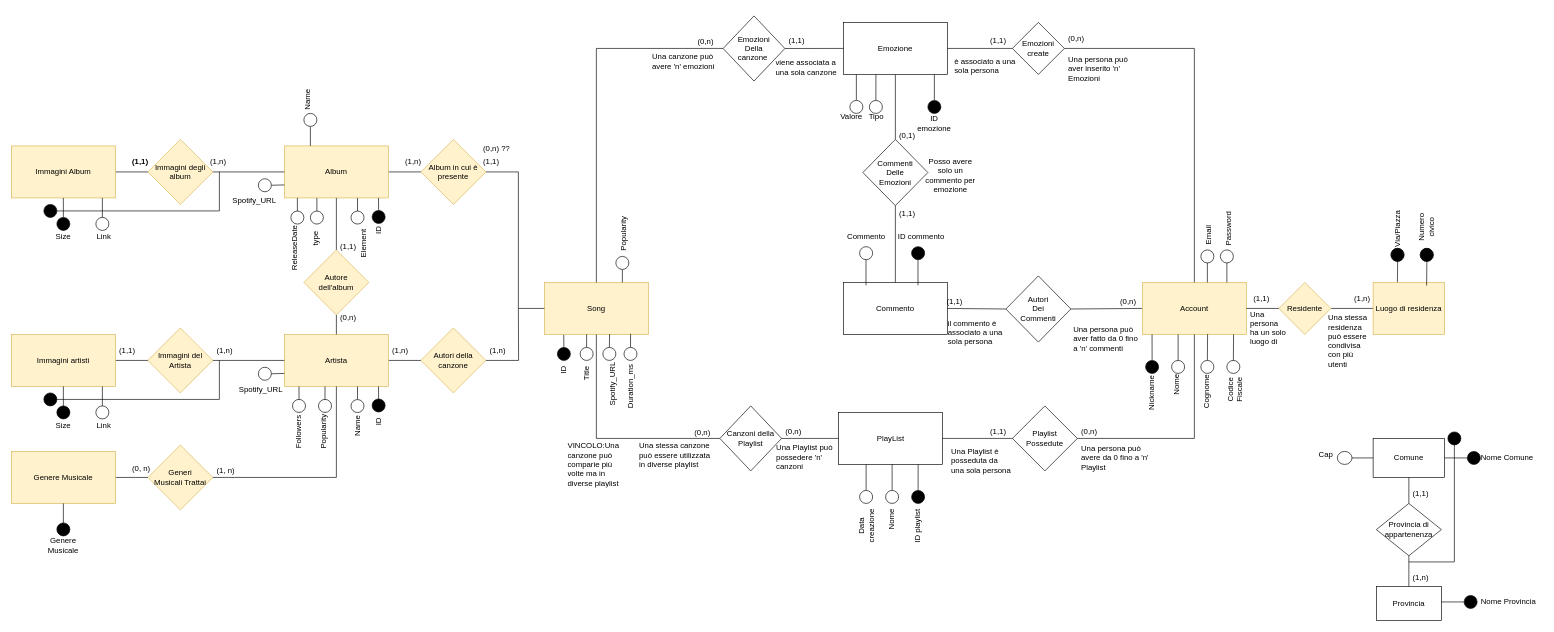
MattyMar234/EmotionalSongs2 keeps this draw.io diagram as Schemi/ER-Database.drawio. Above is the earlier version. Source tidied: cells renumbered, new cells numbered last; positions are measured from the earlier drawing's top-left corner, leaving out a move shared by most shapes. Both pictures are drawn from the tidied source at 65%, with x=0, y=0 at pixel (11, 16).
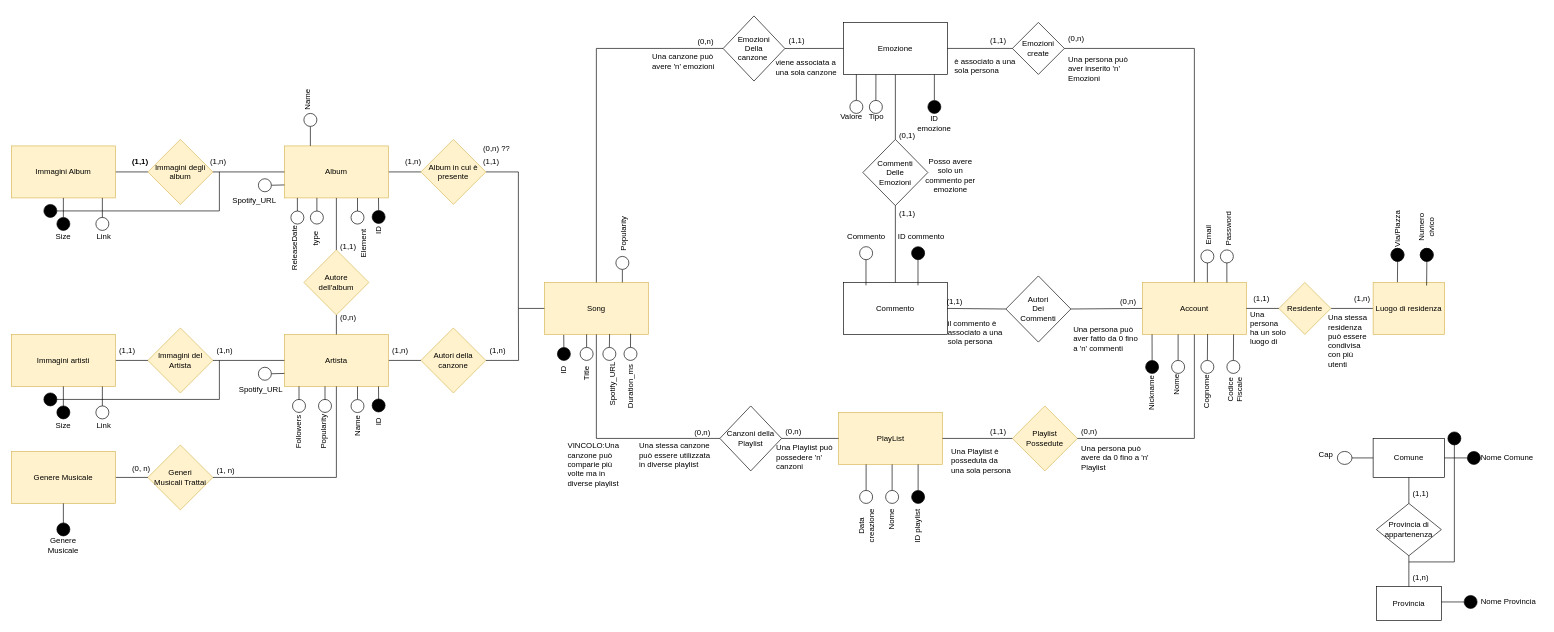
After the change.

Diff of the diagram source:
```diff
@@
-    <mxCell id="57" value="PlayList" style="rounded=0;whiteSpace=wrap;html=1;" parent="1" vertex="1">
+    <mxCell id="57" value="PlayList" style="rounded=0;whiteSpace=wrap;html=1;fillColor=#fff2cc;strokeColor=#d6b656;" parent="1" vertex="1">
       <mxGeometry x="1272.5" y="610" width="160" height="80" as="geometry" />
     </mxCell>
-    <mxCell id="58" value="Playlist Possedute" style="rhombus;whiteSpace=wrap;html=1;fillColor=#FFFFFF;" parent="1" vertex="1">
+    <mxCell id="58" value="Playlist Possedute" style="rhombus;whiteSpace=wrap;html=1;fillColor=#fff2cc;strokeColor=#d6b656;" parent="1" vertex="1">
       <mxGeometry x="1540" y="600" width="100" height="100" as="geometry" />
     </mxCell>
```
